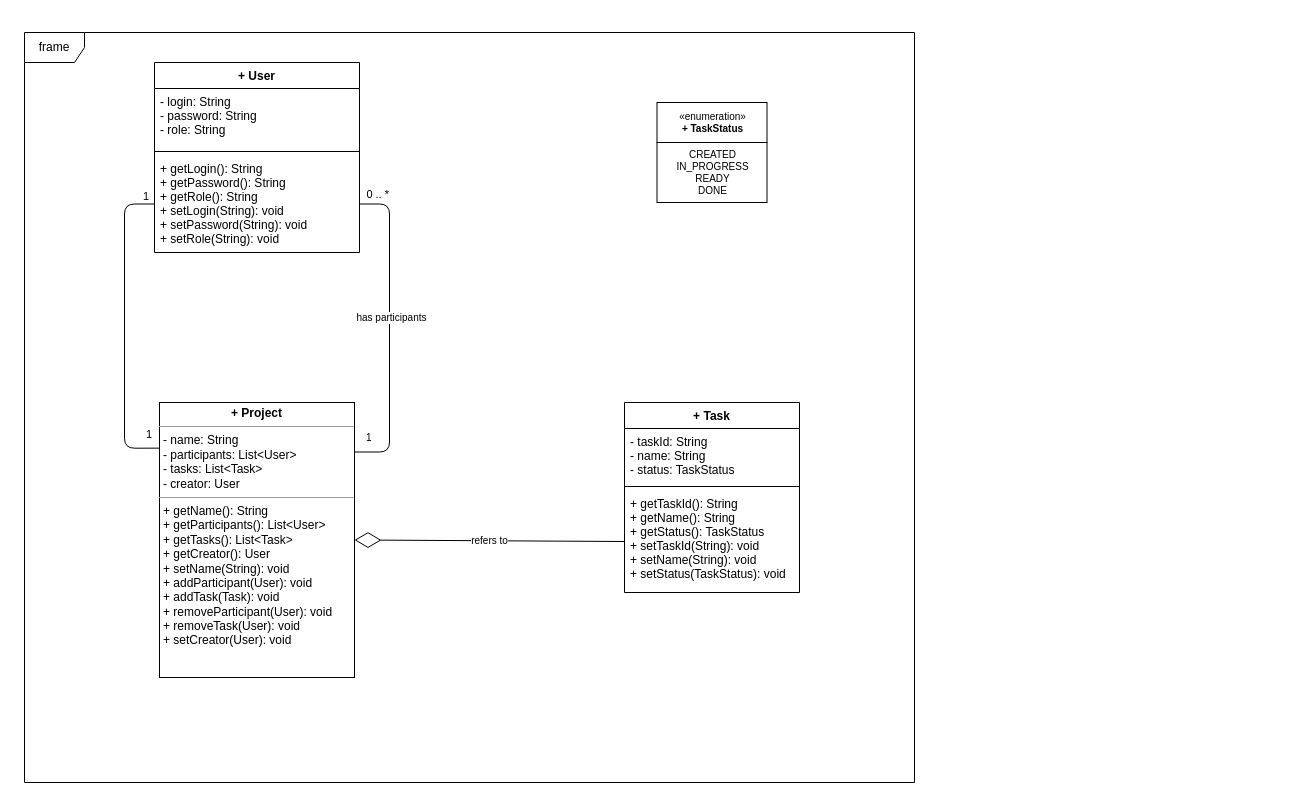
Before: docs/diagrams/class/base.drawio in chenko16/task-managment, a draw.io diagram. Source tidied: cells renumbered, new cells numbered last; positions are measured from the earlier drawing's top-left corner, leaving out a move shared by most shapes. Both pictures are drawn from the tidied source at 100%, with x=0, y=0 at pixel (24, 32).
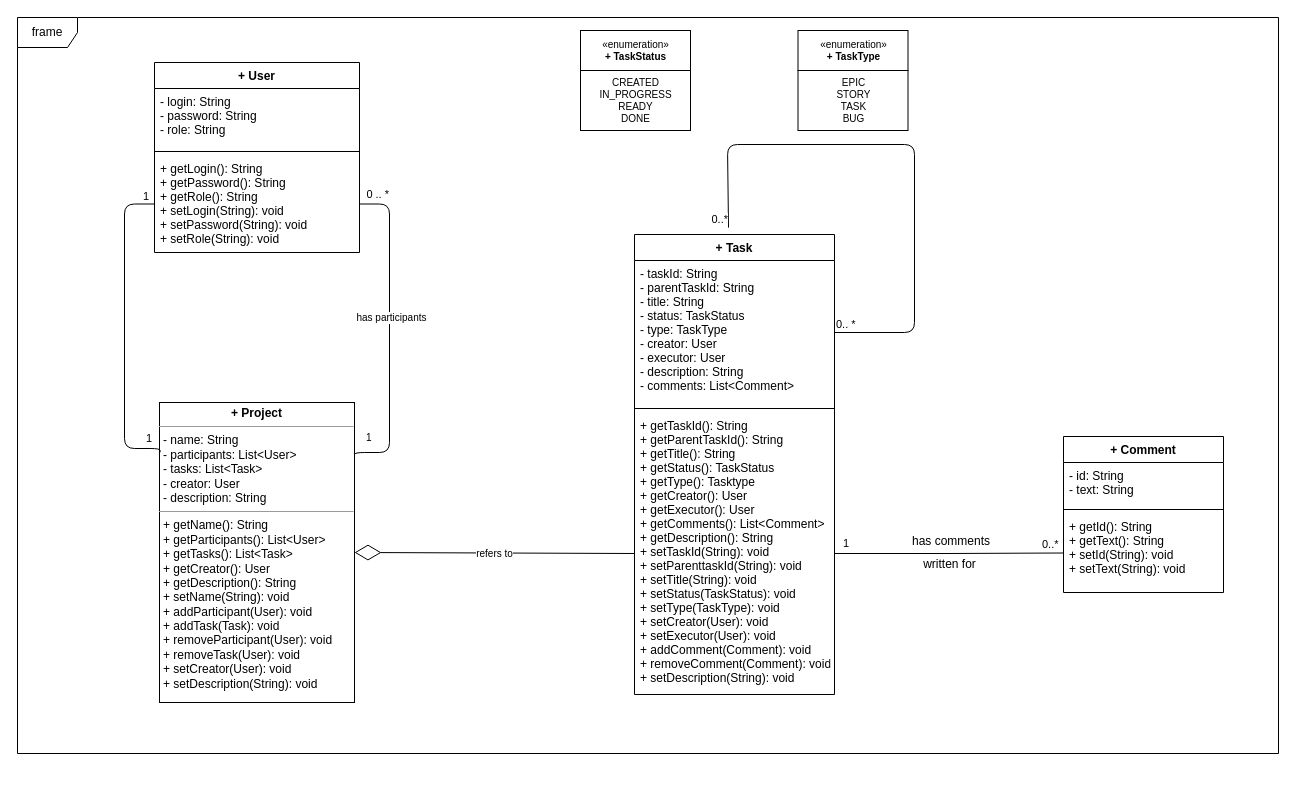
The same page after the edit.

Commit message:
changes in class diagram

What changed in the source:
```diff
@@
     <mxCell id="2" value="frame" style="shape=umlFrame;whiteSpace=wrap;html=1;" parent="1" vertex="1">
-      <mxGeometry width="890" height="750" as="geometry" />
+      <mxGeometry x="-7" y="-15" width="1261" height="736" as="geometry" />
     </mxCell>
-    <mxCell id="3" value="&lt;p style=&quot;margin: 0px ; margin-top: 4px ; text-align: center&quot;&gt;&lt;b&gt;+ Project&lt;/b&gt;&lt;/p&gt;&lt;hr size=&quot;1&quot;&gt;&lt;p style=&quot;margin: 0px ; margin-left: 4px&quot;&gt;- name: String&lt;/p&gt;&lt;p style=&quot;margin: 0px ; margin-left: 4px&quot;&gt;- participants: List&amp;lt;User&amp;gt;&lt;/p&gt;&lt;p style=&quot;margin: 0px ; margin-left: 4px&quot;&gt;- tasks: List&amp;lt;Task&amp;gt;&lt;/p&gt;&lt;p style=&quot;margin: 0px ; margin-left: 4px&quot;&gt;- creator: User&lt;/p&gt;&lt;hr size=&quot;1&quot;&gt;&lt;p style=&quot;margin: 0px ; margin-left: 4px&quot;&gt;+ getName(): String&lt;/p&gt;&lt;p style=&quot;margin: 0px ; margin-left: 4px&quot;&gt;+ getParticipants(): List&amp;lt;User&amp;gt;&lt;/p&gt;&lt;p style=&quot;margin: 0px ; margin-left: 4px&quot;&gt;+ getTasks(): List&amp;lt;Task&amp;gt;&lt;/p&gt;&lt;p style=&quot;margin: 0px ; margin-left: 4px&quot;&gt;+ getCreator(): User&lt;/p&gt;&lt;p style=&quot;margin: 0px ; margin-left: 4px&quot;&gt;+ setName(String): void&lt;/p&gt;&lt;p style=&quot;margin: 0px ; margin-left: 4px&quot;&gt;+ addParticipant(User): void&lt;/p&gt;&lt;p style=&quot;margin: 0px ; margin-left: 4px&quot;&gt;+ addTask(Task): void&lt;/p&gt;&lt;p style=&quot;margin: 0px ; margin-left: 4px&quot;&gt;+ removeParticipant(User): void&lt;/p&gt;&lt;p style=&quot;margin: 0px ; margin-left: 4px&quot;&gt;+ removeTask(User): void&lt;/p&gt;&lt;p style=&quot;margin: 0px ; margin-left: 4px&quot;&gt;+ setCreator(User): void&amp;nbsp;&lt;/p&gt;" style="verticalAlign=top;align=left;overflow=fill;fontSize=12;fontFamily=Helvetica;html=1;" parent="1" vertex="1">
-      <mxGeometry x="135" y="370" width="195" height="275" as="geometry" />
+    <mxCell id="3" value="&lt;p style=&quot;margin: 0px ; margin-top: 4px ; text-align: center&quot;&gt;&lt;b&gt;+ Project&lt;/b&gt;&lt;/p&gt;&lt;hr size=&quot;1&quot;&gt;&lt;p style=&quot;margin: 0px ; margin-left: 4px&quot;&gt;- name: String&lt;/p&gt;&lt;p style=&quot;margin: 0px ; margin-left: 4px&quot;&gt;- participants: List&amp;lt;User&amp;gt;&lt;/p&gt;&lt;p style=&quot;margin: 0px ; margin-left: 4px&quot;&gt;- tasks: List&amp;lt;Task&amp;gt;&lt;/p&gt;&lt;p style=&quot;margin: 0px ; margin-left: 4px&quot;&gt;- creator: User&lt;/p&gt;&lt;p style=&quot;margin: 0px ; margin-left: 4px&quot;&gt;- description: String&lt;/p&gt;&lt;hr size=&quot;1&quot;&gt;&lt;p style=&quot;margin: 0px ; margin-left: 4px&quot;&gt;+ getName(): String&lt;/p&gt;&lt;p style=&quot;margin: 0px ; margin-left: 4px&quot;&gt;+ getParticipants(): List&amp;lt;User&amp;gt;&lt;/p&gt;&lt;p style=&quot;margin: 0px ; margin-left: 4px&quot;&gt;+ getTasks(): List&amp;lt;Task&amp;gt;&lt;/p&gt;&lt;p style=&quot;margin: 0px ; margin-left: 4px&quot;&gt;+ getCreator(): User&lt;/p&gt;&lt;p style=&quot;margin: 0px ; margin-left: 4px&quot;&gt;+ getDescription(): String&lt;/p&gt;&lt;p style=&quot;margin: 0px ; margin-left: 4px&quot;&gt;+ setName(String): void&lt;/p&gt;&lt;p style=&quot;margin: 0px ; margin-left: 4px&quot;&gt;+ addParticipant(User): void&lt;/p&gt;&lt;p style=&quot;margin: 0px ; margin-left: 4px&quot;&gt;+ addTask(Task): void&lt;/p&gt;&lt;p style=&quot;margin: 0px ; margin-left: 4px&quot;&gt;+ removeParticipant(User): void&lt;/p&gt;&lt;p style=&quot;margin: 0px ; margin-left: 4px&quot;&gt;+ removeTask(User): void&lt;/p&gt;&lt;p style=&quot;margin: 0px ; margin-left: 4px&quot;&gt;+ setCreator(User): void&amp;nbsp;&lt;/p&gt;&lt;p style=&quot;margin: 0px ; margin-left: 4px&quot;&gt;+ setDescription(String): void&lt;/p&gt;" style="verticalAlign=top;align=left;overflow=fill;fontSize=12;fontFamily=Helvetica;html=1;" parent="1" vertex="1">
+      <mxGeometry x="135" y="370" width="195" height="300" as="geometry" />
     </mxCell>
     <mxCell id="4" value="«enumeration»&lt;br&gt;&lt;b&gt;+ TaskStatus&lt;/b&gt;" style="html=1;fontSize=10;" parent="1" vertex="1">
-      <mxGeometry x="632.5" y="70" width="110" height="40" as="geometry" />
+      <mxGeometry x="556" y="-2" width="110" height="40" as="geometry" />
     </mxCell>
     <mxCell id="5" value="CREATED&lt;br&gt;IN_PROGRESS&lt;br&gt;READY&lt;br&gt;DONE" style="html=1;fontSize=10;" parent="1" vertex="1">
-      <mxGeometry x="632.5" y="110" width="110" height="60" as="geometry" />
+      <mxGeometry x="556" y="38" width="110" height="60" as="geometry" />
     </mxCell>
@@
-    <mxCell id="9" value="+ Task" style="swimlane;fontStyle=1;align=center;verticalAlign=top;horizontal=1;startSize=26;" parent="1" vertex="1">
-      <mxGeometry x="600" y="370" width="175" height="190" as="geometry" />
-    </mxCell>
-    <mxCell id="10" value="- taskId: String&#10;- name: String&#10;- status: TaskStatus" style="text;strokeColor=none;fillColor=none;align=left;verticalAlign=top;spacingLeft=4;spacingRight=4;overflow=hidden;points=[[0,0.5],[1,0.5]];portConstraint=eastwest;" parent="9" vertex="1">
-      <mxGeometry y="26" width="175" height="54" as="geometry" />
-    </mxCell>
-    <mxCell id="11" style="line;strokeWidth=1;fillColor=none;align=left;verticalAlign=middle;spacingTop=-1;spacingLeft=3;spacingRight=3;labelPosition=right;" parent="9" vertex="1">
-      <mxGeometry y="80" width="175" height="8" as="geometry" />
-    </mxCell>
-    <mxCell id="12" value="+ getTaskId(): String&#10;+ getName(): String&#10;+ getStatus(): TaskStatus&#10;+ setTaskId(String): void&#10;+ setName(String): void&#10;+ setStatus(TaskStatus): void&#10;" style="text;strokeColor=none;fillColor=none;align=left;verticalAlign=top;spacingLeft=4;spacingRight=4;overflow=hidden;points=[[0,0.5],[1,0.5]];portConstraint=eastwest;" parent="9" vertex="1">
-      <mxGeometry y="88" width="175" height="102" as="geometry" />
-    </mxCell>
@@
+    <mxCell id="22" value="«enumeration»&lt;br&gt;&lt;b&gt;+ TaskType&lt;/b&gt;" style="html=1;fontSize=10;" parent="1" vertex="1">
+      <mxGeometry x="773.5" y="-2" width="110" height="40" as="geometry" />
+    </mxCell>
+    <mxCell id="23" value="EPIC&lt;br&gt;STORY&lt;br&gt;TASK&lt;br&gt;BUG" style="html=1;fontSize=10;" parent="1" vertex="1">
+      <mxGeometry x="773.5" y="38" width="110" height="60" as="geometry" />
+    </mxCell>
+    <mxCell id="9" value="+ Task" style="swimlane;fontStyle=1;align=center;verticalAlign=top;horizontal=1;startSize=26;" parent="1" vertex="1">
+      <mxGeometry x="610" y="202" width="200" height="460" as="geometry" />
+    </mxCell>
+    <mxCell id="10" value="- taskId: String&#10;- parentTaskId: String&#10;- title: String&#10;- status: TaskStatus&#10;- type: TaskType&#10;- creator: User&#10;- executor: User&#10;- description: String&#10;- comments: List&lt;Comment&gt;" style="text;strokeColor=none;fillColor=none;align=left;verticalAlign=top;spacingLeft=4;spacingRight=4;overflow=hidden;points=[[0,0.5],[1,0.5]];portConstraint=eastwest;" parent="9" vertex="1">
+      <mxGeometry y="26" width="200" height="144" as="geometry" />
+    </mxCell>
+    <mxCell id="11" style="line;strokeWidth=1;fillColor=none;align=left;verticalAlign=middle;spacingTop=-1;spacingLeft=3;spacingRight=3;labelPosition=right;" parent="9" vertex="1">
+      <mxGeometry y="170" width="200" height="8" as="geometry" />
+    </mxCell>
+    <mxCell id="12" value="+ getTaskId(): String&#10;+ getParentTaskId(): String&#10;+ getTitle(): String&#10;+ getStatus(): TaskStatus&#10;+ getType(): Tasktype&#10;+ getCreator(): User&#10;+ getExecutor(): User&#10;+ getComments(): List&lt;Comment&gt;&#10;+ getDescription(): String&#10;+ setTaskId(String): void&#10;+ setParenttaskId(String): void&#10;+ setTitle(String): void&#10;+ setStatus(TaskStatus): void&#10;+ setType(TaskType): void&#10;+ setCreator(User): void&#10;+ setExecutor(User): void&#10;+ addComment(Comment): void&#10;+ removeComment(Comment): void&#10;+ setDescription(String): void" style="text;strokeColor=none;fillColor=none;align=left;verticalAlign=top;spacingLeft=4;spacingRight=4;overflow=hidden;points=[[0,0.5],[1,0.5]];portConstraint=eastwest;" parent="9" vertex="1">
+      <mxGeometry y="178" width="200" height="282" as="geometry" />
+    </mxCell>
+    <mxCell id="24" style="endArrow=none;html=1;edgeStyle=orthogonalEdgeStyle;exitX=1;exitY=0.5;exitDx=0;exitDy=0;entryX=0.47;entryY=-0.015;entryDx=0;entryDy=0;entryPerimeter=0;" parent="9" edge="1" source="10" target="9">
+      <mxGeometry relative="1" as="geometry">
+        <Array as="points">
+          <mxPoint x="280" y="98" />
+          <mxPoint x="280" y="-90" />
+          <mxPoint x="93" y="-90" />
+          <mxPoint x="93" y="-7" />
+        </Array>
+      </mxGeometry>
+    </mxCell>
+    <mxCell id="25" value="0.. *" style="edgeLabel;html=1;align=left;verticalAlign=bottom;" parent="24" vertex="1">
+      <mxGeometry x="-1" relative="1" as="geometry" />
+    </mxCell>
+    <mxCell id="26" value="0..*" style="edgeLabel;html=1;align=right;verticalAlign=bottom;" parent="24" vertex="1">
+      <mxGeometry x="1" relative="1" as="geometry" />
+    </mxCell>
+    <mxCell id="27" style="endArrow=none;html=1;edgeStyle=orthogonalEdgeStyle;entryX=0;entryY=0.5;entryDx=0;entryDy=0;" parent="1" edge="1" source="12" target="32">
+      <mxGeometry relative="1" as="geometry" />
+    </mxCell>
+    <mxCell id="28" value="1" style="edgeLabel;html=1;align=right;verticalAlign=bottom;" parent="27" vertex="1">
+      <mxGeometry x="1" relative="1" as="geometry">
+        <mxPoint x="-214.1" y="-1.5" as="offset" />
+      </mxGeometry>
+    </mxCell>
+    <mxCell id="29" value="+ Comment" style="swimlane;fontStyle=1;align=center;verticalAlign=top;horizontal=1;startSize=26;" parent="1" vertex="1">
+      <mxGeometry x="1039" y="404" width="160" height="156" as="geometry" />
+    </mxCell>
+    <mxCell id="30" value="- id: String&#10;- text: String" style="text;strokeColor=none;fillColor=none;align=left;verticalAlign=top;spacingLeft=4;spacingRight=4;overflow=hidden;" parent="29" vertex="1">
+      <mxGeometry y="26" width="160" height="43" as="geometry" />
+    </mxCell>
+    <mxCell id="31" style="line;strokeWidth=1;fillColor=none;align=left;verticalAlign=middle;spacingTop=-1;spacingLeft=3;spacingRight=3;labelPosition=right;" parent="29" vertex="1">
+      <mxGeometry y="69" width="160" height="8" as="geometry" />
+    </mxCell>
+    <mxCell id="32" value="+ getId(): String&#10;+ getText(): String&#10;+ setId(String): void&#10;+ setText(String): void" style="text;strokeColor=none;fillColor=none;align=left;verticalAlign=top;spacingLeft=4;spacingRight=4;overflow=hidden;points=[[0,0.5],[1,0.5]];portConstraint=eastwest;" parent="29" vertex="1">
+      <mxGeometry y="77" width="160" height="79" as="geometry" />
+    </mxCell>
+    <mxCell id="33" value="has comments" style="text;html=1;strokeColor=none;fillColor=none;align=center;verticalAlign=middle;whiteSpace=wrap;rounded=0;" parent="1" vertex="1">
+      <mxGeometry x="881" y="499" width="92" height="20" as="geometry" />
+    </mxCell>
+    <mxCell id="34" value="0..*" style="edgeLabel;html=1;align=left;verticalAlign=bottom;" parent="1" vertex="1">
+      <mxGeometry x="1016" y="520" as="geometry" />
+    </mxCell>
+    <mxCell id="35" value="written for" style="text;html=1;strokeColor=none;fillColor=none;align=center;verticalAlign=middle;whiteSpace=wrap;rounded=0;" parent="1" vertex="1">
+      <mxGeometry x="890" y="522" width="71" height="20" as="geometry" />
+    </mxCell>
```
